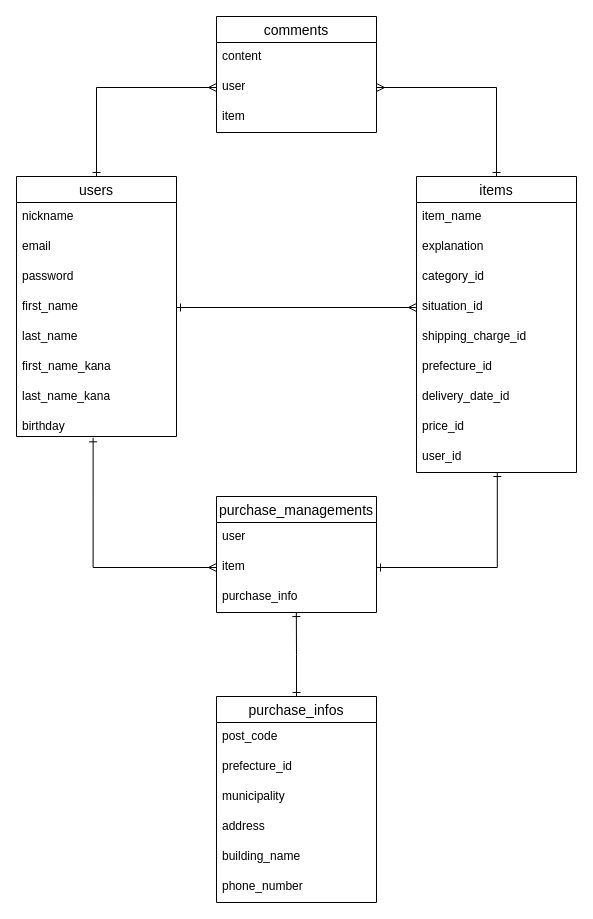
Above: furima_er.dio in yuyu0309/furima-38345 (draw.io), before the change. Source tidied: cells renumbered, new cells numbered last; positions are measured from the earlier drawing's top-left corner, leaving out a move shared by most shapes. Both pictures are drawn from the tidied source at 100%, with x=0, y=0 at pixel (16, 16).
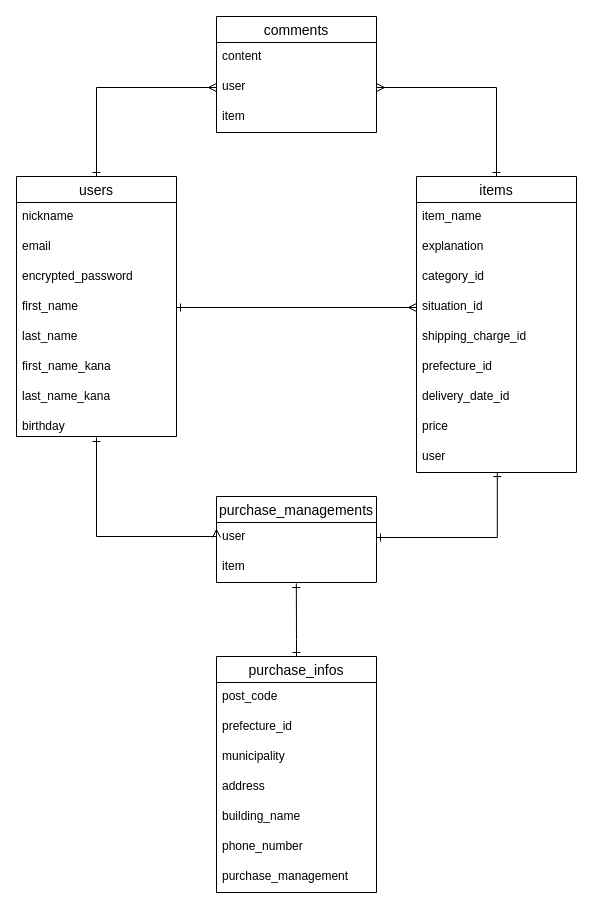
The same page after the edit.

The change refers to these unchanged cells:
```xml
<mxCell id="3" value="users" style="swimlane;fontStyle=0;horizontal=1;startSize=26;align=center;fontSize=14;" parent="1" vertex="1">
  <mxGeometry y="160" width="160" height="260" as="geometry" />
</mxCell>
<mxCell id="11" value="birthday" style="text;strokeColor=none;fillColor=none;spacingLeft=4;spacingRight=4;overflow=hidden;points=[[0,0.5],[1,0.5]];portConstraint=eastwest;fontSize=12;" parent="3" vertex="1">
  <mxGeometry y="236" width="160" height="24" as="geometry" />
</mxCell>
<mxCell id="12" value="items" style="swimlane;fontStyle=0;horizontal=1;startSize=26;align=center;fontSize=14;" parent="1" vertex="1">
  <mxGeometry x="400" y="160" width="160" height="296" as="geometry" />
</mxCell>
<mxCell id="37" value="user" style="text;strokeColor=none;fillColor=none;spacingLeft=4;spacingRight=4;overflow=hidden;points=[[0,0.5],[1,0.5]];portConstraint=eastwest;fontSize=12;" parent="36" vertex="1">
  <mxGeometry y="26" width="160" height="30" as="geometry" />
</mxCell>
<mxCell id="38" value="item" style="text;strokeColor=none;fillColor=none;spacingLeft=4;spacingRight=4;overflow=hidden;points=[[0,0.5],[1,0.5]];portConstraint=eastwest;fontSize=12;" parent="36" vertex="1">
  <mxGeometry y="56" width="160" height="30" as="geometry" />
</mxCell>
```

What changed in the source:
```diff
@@
-    <mxCell id="6" value="password" style="text;strokeColor=none;fillColor=none;spacingLeft=4;spacingRight=4;overflow=hidden;fontSize=12;" parent="3" vertex="1">
+    <mxCell id="6" value="encrypted_password" style="text;strokeColor=none;fillColor=none;spacingLeft=4;spacingRight=4;overflow=hidden;fontSize=12;" parent="3" vertex="1">
       <mxGeometry y="86" width="160" height="30" as="geometry" />
     </mxCell>
@@
-    <mxCell id="20" value="price_id" style="text;strokeColor=none;fillColor=none;spacingLeft=4;spacingRight=4;overflow=hidden;fontSize=12;" parent="12" vertex="1">
+    <mxCell id="20" value="price" style="text;strokeColor=none;fillColor=none;spacingLeft=4;spacingRight=4;overflow=hidden;fontSize=12;" parent="12" vertex="1">
       <mxGeometry y="236" width="160" height="30" as="geometry" />
     </mxCell>
-    <mxCell id="21" value="user_id" style="text;strokeColor=none;fillColor=none;spacingLeft=4;spacingRight=4;overflow=hidden;points=[[0,0.5],[1,0.5]];portConstraint=eastwest;fontSize=12;" parent="12" vertex="1">
+    <mxCell id="21" value="user" style="text;strokeColor=none;fillColor=none;spacingLeft=4;spacingRight=4;overflow=hidden;points=[[0,0.5],[1,0.5]];portConstraint=eastwest;fontSize=12;" parent="12" vertex="1">
       <mxGeometry y="266" width="160" height="30" as="geometry" />
     </mxCell>
-    <mxCell id="22" style="edgeStyle=orthogonalEdgeStyle;rounded=0;sketch=0;html=1;exitX=0.5;exitY=0;exitDx=0;exitDy=0;entryX=0.499;entryY=1.002;entryDx=0;entryDy=0;entryPerimeter=0;startArrow=ERone;startFill=0;endArrow=ERone;endFill=0;" parent="1" edge="1" source="23" target="39">
-      <mxGeometry relative="1" as="geometry" />
+    <mxCell id="22" style="edgeStyle=orthogonalEdgeStyle;rounded=0;sketch=0;html=1;exitX=0.5;exitY=0;exitDx=0;exitDy=0;startArrow=ERone;startFill=0;endArrow=ERone;endFill=0;entryX=0.499;entryY=1.033;entryDx=0;entryDy=0;entryPerimeter=0;" parent="1" edge="1" source="23" target="38">
+      <mxGeometry relative="1" as="geometry">
+        <Array as="points">
+          <mxPoint x="280" y="623" />
+          <mxPoint x="280" y="623" />
+        </Array>
+      </mxGeometry>
     </mxCell>
     <mxCell id="23" value="purchase_infos" style="swimlane;fontStyle=0;horizontal=1;startSize=26;align=center;fontSize=14;" parent="1" vertex="1">
-      <mxGeometry x="200" y="680" width="160" height="206" as="geometry" />
+      <mxGeometry x="200" y="640" width="160" height="236" as="geometry" />
     </mxCell>
@@
+    <mxCell id="42" value="purchase_management" style="text;strokeColor=none;fillColor=none;spacingLeft=4;spacingRight=4;overflow=hidden;fontSize=12;" parent="23" vertex="1">
+      <mxGeometry y="206" width="160" height="30" as="geometry" />
+    </mxCell>
@@
     <mxCell id="36" value="purchase_managements" style="swimlane;fontStyle=0;horizontal=1;startSize=26;align=center;fontSize=14;" parent="1" vertex="1">
-      <mxGeometry x="200" y="480" width="160" height="116" as="geometry" />
+      <mxGeometry x="200" y="480" width="160" height="86" as="geometry" />
     </mxCell>
@@
-    <mxCell id="39" value="purchase_info&#10;" style="text;strokeColor=none;fillColor=none;spacingLeft=4;spacingRight=4;overflow=hidden;points=[[0,0.5],[1,0.5]];portConstraint=eastwest;fontSize=12;" parent="36" vertex="1">
-      <mxGeometry y="86" width="160" height="30" as="geometry" />
-    </mxCell>
-    <mxCell id="40" style="edgeStyle=orthogonalEdgeStyle;rounded=0;sketch=0;html=1;exitX=0;exitY=0.5;exitDx=0;exitDy=0;entryX=0.479;entryY=1.055;entryDx=0;entryDy=0;entryPerimeter=0;startArrow=ERmany;startFill=0;endArrow=ERone;endFill=0;" parent="1" edge="1" source="38" target="11">
+    <mxCell id="40" style="edgeStyle=orthogonalEdgeStyle;rounded=0;sketch=0;html=1;startArrow=ERmany;startFill=0;endArrow=ERone;endFill=0;exitX=0;exitY=0.5;exitDx=0;exitDy=0;" parent="1" edge="1" source="37">
       <mxGeometry relative="1" as="geometry">
+        <mxPoint x="80" y="421" as="targetPoint" />
         <Array as="points">
-          <mxPoint x="77" y="551" />
+          <mxPoint x="80" y="520" />
+          <mxPoint x="80" y="421" />
         </Array>
       </mxGeometry>
     </mxCell>
-    <mxCell id="41" style="edgeStyle=orthogonalEdgeStyle;rounded=0;sketch=0;html=1;exitX=1;exitY=0.5;exitDx=0;exitDy=0;entryX=0.505;entryY=1.002;entryDx=0;entryDy=0;entryPerimeter=0;startArrow=ERone;startFill=0;endArrow=ERone;endFill=0;" parent="1" edge="1" source="38" target="21">
+    <mxCell id="41" style="edgeStyle=orthogonalEdgeStyle;rounded=0;sketch=0;html=1;exitX=1;exitY=0.5;exitDx=0;exitDy=0;entryX=0.505;entryY=1.002;entryDx=0;entryDy=0;entryPerimeter=0;startArrow=ERone;startFill=0;endArrow=ERone;endFill=0;" parent="1" edge="1" source="37" target="21">
       <mxGeometry relative="1" as="geometry" />
     </mxCell>
```
